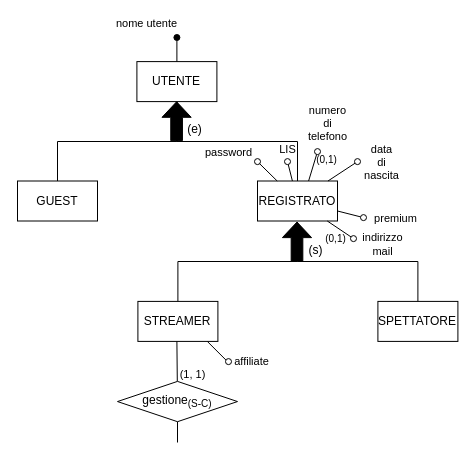
Above: Progetto Esame - DBSperimentazioni A.A. 2023-2024/Diagrammi/generalizzazioni/2.3.2.1_gen_1a_cor.drawio in Mattron2000/Basi_di_dati (draw.io), before the change. Source tidied: cells renumbered, new cells numbered last; positions are measured from the earlier drawing's top-left corner, leaving out a move shared by most shapes. Both pictures are drawn from the tidied source at 100%, with x=0, y=0 at pixel (17, 37).
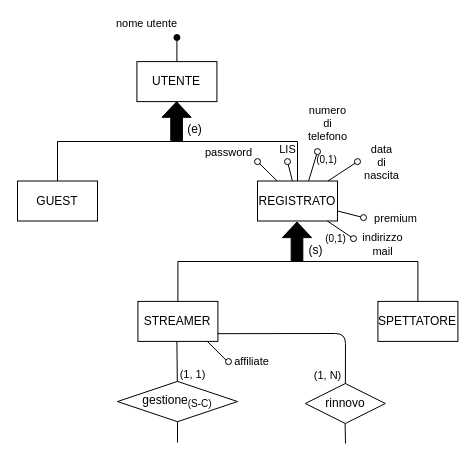
After the change.

Unchanged cells that the change refers to:
```xml
<mxCell id="23" value="STREAMER" style="whiteSpace=wrap;html=1;" parent="1" vertex="1">
  <mxGeometry x="120.4" y="263.9" width="80" height="40" as="geometry" />
</mxCell>
```

Change to the diagram source:
```diff
@@
+    <mxCell id="38" value="(1, N)" style="edgeLabel;html=1;align=center;verticalAlign=middle;" parent="1" vertex="1">
+      <mxGeometry x="309" y="337.1" as="geometry" />
+    </mxCell>
+    <mxCell id="39" value="rinnovo" style="rhombus;whiteSpace=wrap;html=1;" parent="1" vertex="1">
+      <mxGeometry x="287.8" y="346" width="80" height="40" as="geometry" />
+    </mxCell>
+    <mxCell id="40" style="edgeStyle=none;shape=connector;rounded=1;fillStyle=auto;html=1;labelBackgroundColor=default;strokeColor=default;strokeWidth=1;fontFamily=Helvetica;fontSize=11;fontColor=default;endArrow=none;startSize=6;endSize=6;fillColor=#000000;exitX=0.997;exitY=0.807;exitDx=0;exitDy=0;exitPerimeter=0;" parent="1" edge="1" source="23">
+      <mxGeometry relative="1" as="geometry">
+        <mxPoint x="327.9" y="346" as="targetPoint" />
+        <Array as="points">
+          <mxPoint x="328" y="296" />
+        </Array>
+      </mxGeometry>
+    </mxCell>
+    <mxCell id="41" style="edgeStyle=none;shape=connector;rounded=1;fillStyle=auto;html=1;labelBackgroundColor=default;strokeColor=default;strokeWidth=1;fontFamily=Helvetica;fontSize=11;fontColor=default;endArrow=none;startSize=6;endSize=6;fillColor=#000000;exitX=0.5;exitY=1;exitDx=0;exitDy=0;" parent="1" edge="1">
+      <mxGeometry relative="1" as="geometry">
+        <mxPoint x="327.6" y="386" as="sourcePoint" />
+        <mxPoint x="328" y="406" as="targetPoint" />
+      </mxGeometry>
+    </mxCell>
```
